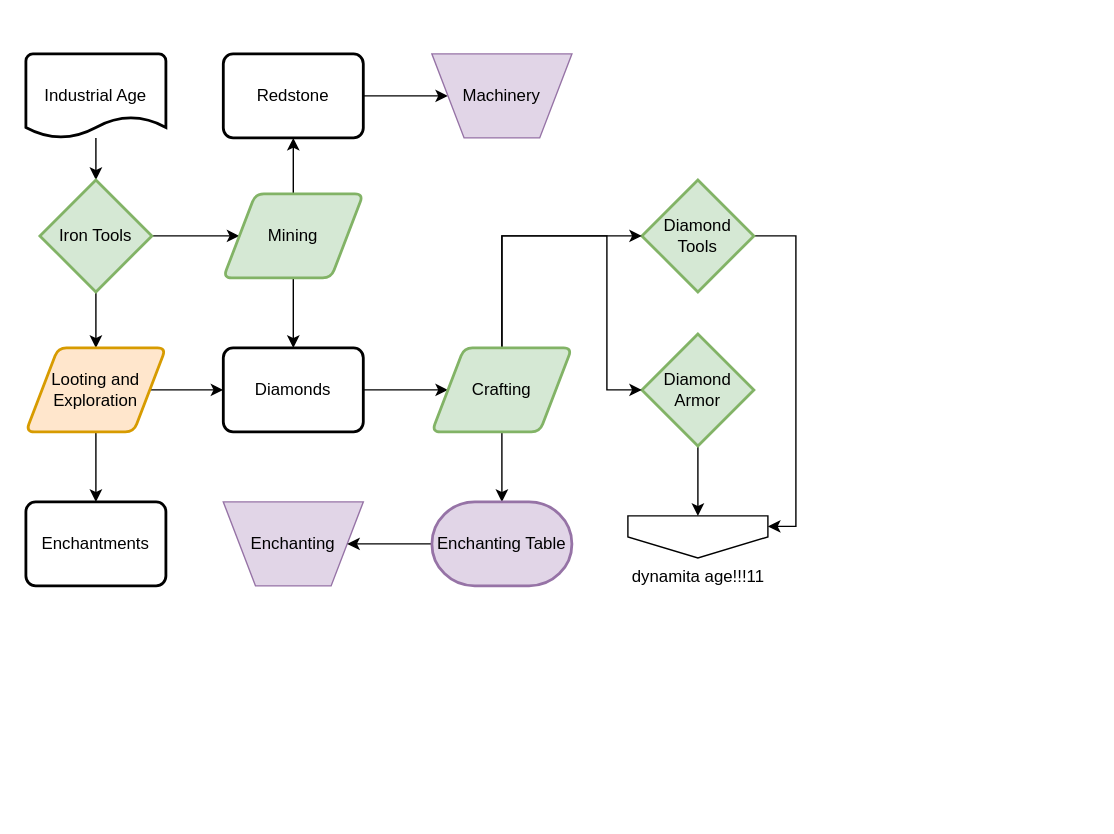
Earlier version of the draw.io diagram page "Industrial Age" (5 of 7) of flowcharts/progression.drawio (MeepishRealms/Cog). Source tidied: cells renumbered, new cells numbered last; positions are measured from the earlier drawing's top-left corner, leaving out a move shared by most shapes. Both pictures are drawn from the tidied source at 140%, with x=0, y=0 at pixel (25, 53).
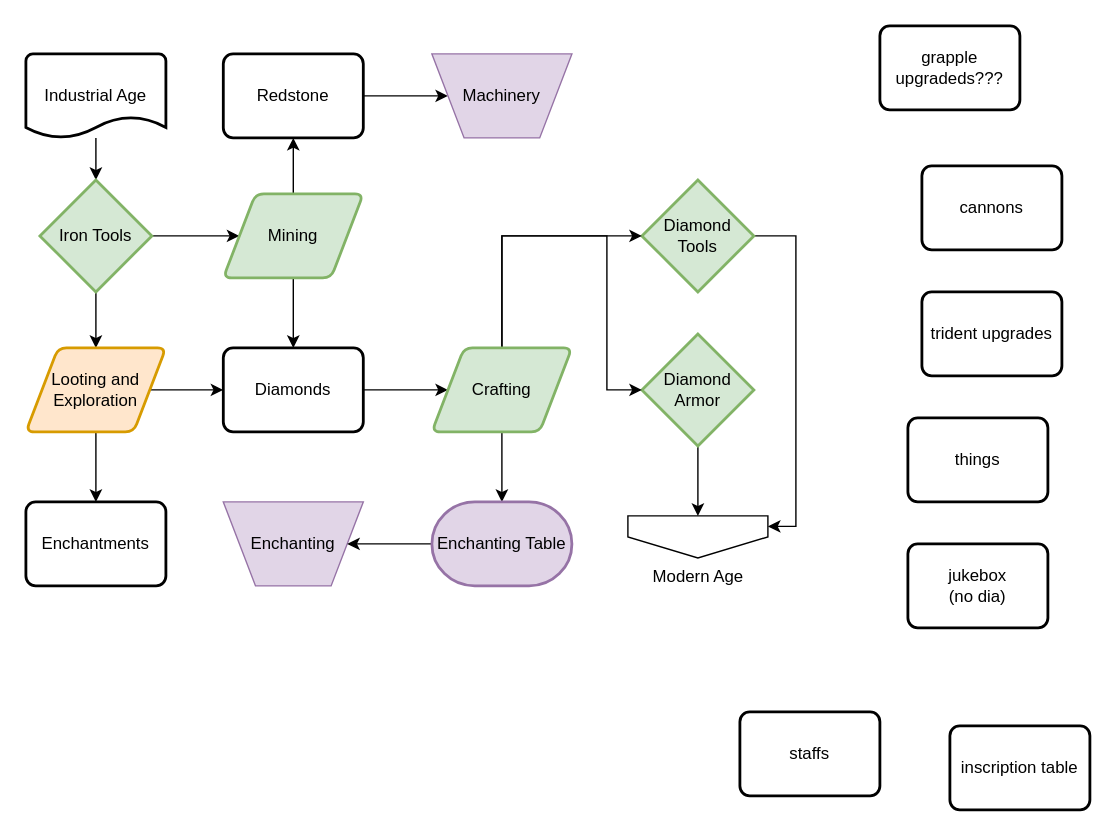
After the change.

What changed in the source:
```diff
@@
-    <mxCell id="19" value="dynamita age!!!11" style="verticalLabelPosition=bottom;verticalAlign=top;html=1;shape=offPageConnector;rounded=0;size=0.5;" parent="1" vertex="1">
+    <mxCell id="19" value="Modern Age" style="verticalLabelPosition=bottom;verticalAlign=top;html=1;shape=offPageConnector;rounded=0;size=0.5;" parent="1" vertex="1">
       <mxGeometry x="430" y="330" width="100" height="30" as="geometry" />
     </mxCell>
@@
+    <mxCell id="31" value="grapple upgradeds???" style="rounded=1;whiteSpace=wrap;html=1;absoluteArcSize=1;arcSize=14;strokeWidth=2;" parent="1" vertex="1">
+      <mxGeometry x="610" y="-20" width="100" height="60" as="geometry" />
+    </mxCell>
+    <mxCell id="32" value="cannons" style="rounded=1;whiteSpace=wrap;html=1;absoluteArcSize=1;arcSize=14;strokeWidth=2;" parent="1" vertex="1">
+      <mxGeometry x="640" y="80" width="100" height="60" as="geometry" />
+    </mxCell>
+    <mxCell id="33" value="trident upgrades" style="rounded=1;whiteSpace=wrap;html=1;absoluteArcSize=1;arcSize=14;strokeWidth=2;" parent="1" vertex="1">
+      <mxGeometry x="640" y="170" width="100" height="60" as="geometry" />
+    </mxCell>
+    <mxCell id="34" value="things" style="rounded=1;whiteSpace=wrap;html=1;absoluteArcSize=1;arcSize=14;strokeWidth=2;" parent="1" vertex="1">
+      <mxGeometry x="630" y="260" width="100" height="60" as="geometry" />
+    </mxCell>
+    <mxCell id="35" value="jukebox&lt;br&gt;(no dia)" style="rounded=1;whiteSpace=wrap;html=1;absoluteArcSize=1;arcSize=14;strokeWidth=2;" parent="1" vertex="1">
+      <mxGeometry x="630" y="350" width="100" height="60" as="geometry" />
+    </mxCell>
+    <mxCell id="36" value="staffs" style="rounded=1;whiteSpace=wrap;html=1;absoluteArcSize=1;arcSize=14;strokeWidth=2;" parent="1" vertex="1">
+      <mxGeometry x="510" y="470" width="100" height="60" as="geometry" />
+    </mxCell>
+    <mxCell id="37" value="inscription table" style="rounded=1;whiteSpace=wrap;html=1;absoluteArcSize=1;arcSize=14;strokeWidth=2;" parent="1" vertex="1">
+      <mxGeometry x="660" y="480" width="100" height="60" as="geometry" />
+    </mxCell>
```
